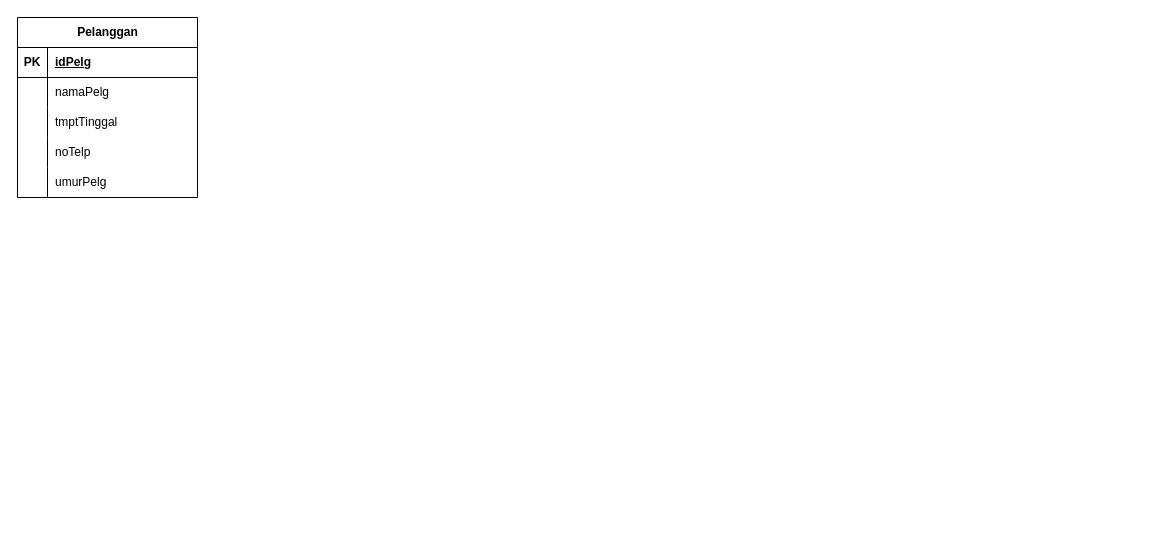
shinoaaa/flowchartttz keeps this draw.io diagram as Diagram Tanpa Judul.drawio. Above is the earlier version. Source tidied: cells renumbered, new cells numbered last; positions are measured from the earlier drawing's top-left corner, leaving out a move shared by most shapes. Both pictures are drawn from the tidied source at 100%, with x=0, y=0 at pixel (17, 17).
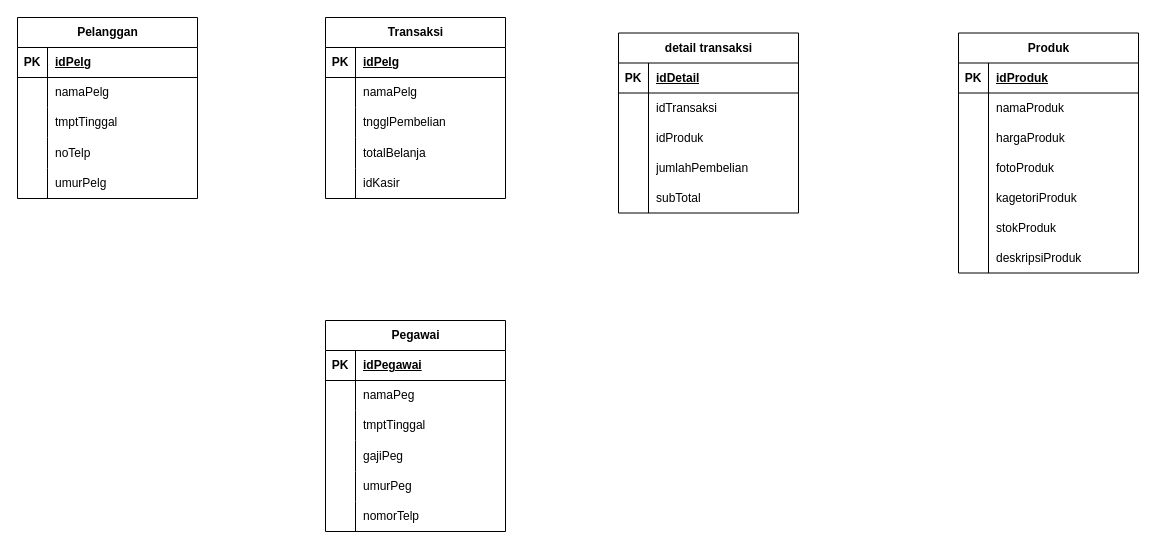
Above is the later version.

Change to the diagram source:
```diff
@@
     <mxCell id="2" value="Pelanggan" style="shape=table;startSize=30;childLayout=tableLayout;rowLines=0;fontStyle=1;align=center;html=1;" parent="1" vertex="1">
-      <mxGeometry width="180" height="180" as="geometry" />
+      <mxGeometry width="180" height="181" as="geometry" />
     </mxCell>
@@
     <mxCell id="12" style="shape=tableRow;horizontal=0;startSize=0;swimlaneHead=0;swimlaneBody=0;fillColor=none;top=0;left=0;right=0;bottom=0;" parent="2" vertex="1">
-      <mxGeometry y="120" width="180" height="30" as="geometry" />
+      <mxGeometry y="120" width="180" height="31" as="geometry" />
     </mxCell>
     <mxCell id="13" style="shape=partialRectangle;fillColor=none;top=0;left=0;bottom=0;right=0;overflow=hidden;whiteSpace=wrap;html=1;" parent="12" vertex="1">
-      <mxGeometry width="30" height="30" as="geometry" />
+      <mxGeometry width="30" height="31" as="geometry" />
     </mxCell>
     <mxCell id="14" value="noTelp" style="shape=partialRectangle;fillColor=none;top=0;left=0;bottom=0;right=0;align=left;spacingLeft=6;overflow=hidden;whiteSpace=wrap;html=1;" parent="12" vertex="1">
-      <mxGeometry x="30" width="150" height="30" as="geometry" />
+      <mxGeometry x="30" width="150" height="31" as="geometry" />
     </mxCell>
     <mxCell id="15" style="shape=tableRow;horizontal=0;startSize=0;swimlaneHead=0;swimlaneBody=0;fillColor=none;top=0;left=0;right=0;bottom=0;" parent="2" vertex="1">
-      <mxGeometry y="150" width="180" height="30" as="geometry" />
+      <mxGeometry y="151" width="180" height="30" as="geometry" />
     </mxCell>
@@
+    <mxCell id="18" value="Transaksi" style="shape=table;startSize=30;childLayout=tableLayout;rowLines=0;fontStyle=1;align=center;html=1;" parent="1" vertex="1">
+      <mxGeometry x="308" width="180" height="181" as="geometry" />
+    </mxCell>
+    <mxCell id="19" style="shape=tableRow;horizontal=0;startSize=0;swimlaneHead=0;swimlaneBody=0;fillColor=none;top=0;left=0;right=0;bottom=1;" parent="18" vertex="1">
+      <mxGeometry y="30" width="180" height="30" as="geometry" />
+    </mxCell>
+    <mxCell id="20" value="PK" style="shape=partialRectangle;fillColor=none;top=0;left=0;bottom=0;right=0;fontStyle=1;overflow=hidden;whiteSpace=wrap;html=1;" parent="19" vertex="1">
+      <mxGeometry width="30" height="30" as="geometry" />
+    </mxCell>
+    <mxCell id="21" value="idPelg" style="shape=partialRectangle;fillColor=none;top=0;left=0;bottom=0;right=0;align=left;spacingLeft=6;fontStyle=5;overflow=hidden;whiteSpace=wrap;html=1;" parent="19" vertex="1">
+      <mxGeometry x="30" width="150" height="30" as="geometry" />
+    </mxCell>
+    <mxCell id="22" style="shape=tableRow;horizontal=0;startSize=0;swimlaneHead=0;swimlaneBody=0;fillColor=none;top=0;left=0;right=0;bottom=0;" parent="18" vertex="1">
+      <mxGeometry y="60" width="180" height="30" as="geometry" />
+    </mxCell>
+    <mxCell id="23" style="shape=partialRectangle;fillColor=none;top=0;left=0;bottom=0;right=0;overflow=hidden;whiteSpace=wrap;html=1;" parent="22" vertex="1">
+      <mxGeometry width="30" height="30" as="geometry" />
+    </mxCell>
+    <mxCell id="24" value="namaPelg" style="shape=partialRectangle;fillColor=none;top=0;left=0;bottom=0;right=0;align=left;spacingLeft=6;overflow=hidden;whiteSpace=wrap;html=1;" parent="22" vertex="1">
+      <mxGeometry x="30" width="150" height="30" as="geometry" />
+    </mxCell>
+    <mxCell id="25" style="shape=tableRow;horizontal=0;startSize=0;swimlaneHead=0;swimlaneBody=0;fillColor=none;top=0;left=0;right=0;bottom=0;" parent="18" vertex="1">
+      <mxGeometry y="90" width="180" height="30" as="geometry" />
+    </mxCell>
+    <mxCell id="26" style="shape=partialRectangle;fillColor=none;top=0;left=0;bottom=0;right=0;overflow=hidden;whiteSpace=wrap;html=1;" parent="25" vertex="1">
+      <mxGeometry width="30" height="30" as="geometry" />
+    </mxCell>
+    <mxCell id="27" value="tngglPembelian" style="shape=partialRectangle;fillColor=none;top=0;left=0;bottom=0;right=0;align=left;spacingLeft=6;overflow=hidden;whiteSpace=wrap;html=1;" parent="25" vertex="1">
+      <mxGeometry x="30" width="150" height="30" as="geometry" />
+    </mxCell>
+    <mxCell id="28" style="shape=tableRow;horizontal=0;startSize=0;swimlaneHead=0;swimlaneBody=0;fillColor=none;top=0;left=0;right=0;bottom=0;" parent="18" vertex="1">
+      <mxGeometry y="120" width="180" height="31" as="geometry" />
+    </mxCell>
+    <mxCell id="29" style="shape=partialRectangle;fillColor=none;top=0;left=0;bottom=0;right=0;overflow=hidden;whiteSpace=wrap;html=1;" parent="28" vertex="1">
+      <mxGeometry width="30" height="31" as="geometry" />
+    </mxCell>
+    <mxCell id="30" value="totalBelanja" style="shape=partialRectangle;fillColor=none;top=0;left=0;bottom=0;right=0;align=left;spacingLeft=6;overflow=hidden;whiteSpace=wrap;html=1;" parent="28" vertex="1">
+      <mxGeometry x="30" width="150" height="31" as="geometry" />
+    </mxCell>
+    <mxCell id="31" style="shape=tableRow;horizontal=0;startSize=0;swimlaneHead=0;swimlaneBody=0;fillColor=none;top=0;left=0;right=0;bottom=0;" parent="18" vertex="1">
+      <mxGeometry y="151" width="180" height="30" as="geometry" />
+    </mxCell>
+    <mxCell id="32" style="shape=partialRectangle;fillColor=none;top=0;left=0;bottom=0;right=0;overflow=hidden;whiteSpace=wrap;html=1;" parent="31" vertex="1">
+      <mxGeometry width="30" height="30" as="geometry" />
+    </mxCell>
+    <mxCell id="33" value="idKasir" style="shape=partialRectangle;fillColor=none;top=0;left=0;bottom=0;right=0;align=left;spacingLeft=6;overflow=hidden;whiteSpace=wrap;html=1;" parent="31" vertex="1">
+      <mxGeometry x="30" width="150" height="30" as="geometry" />
+    </mxCell>
+    <mxCell id="34" value="Pegawai" style="shape=table;startSize=30;childLayout=tableLayout;rowLines=0;fontStyle=1;align=center;html=1;" parent="1" vertex="1">
+      <mxGeometry x="308" y="303" width="180" height="211" as="geometry" />
+    </mxCell>
+    <mxCell id="35" style="shape=tableRow;horizontal=0;startSize=0;swimlaneHead=0;swimlaneBody=0;fillColor=none;top=0;left=0;right=0;bottom=1;" parent="34" vertex="1">
+      <mxGeometry y="30" width="180" height="30" as="geometry" />
+    </mxCell>
+    <mxCell id="36" value="PK" style="shape=partialRectangle;fillColor=none;top=0;left=0;bottom=0;right=0;fontStyle=1;overflow=hidden;whiteSpace=wrap;html=1;" parent="35" vertex="1">
+      <mxGeometry width="30" height="30" as="geometry" />
+    </mxCell>
+    <mxCell id="37" value="idPegawai" style="shape=partialRectangle;fillColor=none;top=0;left=0;bottom=0;right=0;align=left;spacingLeft=6;fontStyle=5;overflow=hidden;whiteSpace=wrap;html=1;" parent="35" vertex="1">
+      <mxGeometry x="30" width="150" height="30" as="geometry" />
+    </mxCell>
+    <mxCell id="38" style="shape=tableRow;horizontal=0;startSize=0;swimlaneHead=0;swimlaneBody=0;fillColor=none;top=0;left=0;right=0;bottom=0;" parent="34" vertex="1">
+      <mxGeometry y="60" width="180" height="30" as="geometry" />
+    </mxCell>
+    <mxCell id="39" style="shape=partialRectangle;fillColor=none;top=0;left=0;bottom=0;right=0;overflow=hidden;whiteSpace=wrap;html=1;" parent="38" vertex="1">
+      <mxGeometry width="30" height="30" as="geometry" />
+    </mxCell>
+    <mxCell id="40" value="namaPeg" style="shape=partialRectangle;fillColor=none;top=0;left=0;bottom=0;right=0;align=left;spacingLeft=6;overflow=hidden;whiteSpace=wrap;html=1;" parent="38" vertex="1">
+      <mxGeometry x="30" width="150" height="30" as="geometry" />
+    </mxCell>
+    <mxCell id="41" style="shape=tableRow;horizontal=0;startSize=0;swimlaneHead=0;swimlaneBody=0;fillColor=none;top=0;left=0;right=0;bottom=0;" parent="34" vertex="1">
+      <mxGeometry y="90" width="180" height="30" as="geometry" />
+    </mxCell>
+    <mxCell id="42" style="shape=partialRectangle;fillColor=none;top=0;left=0;bottom=0;right=0;overflow=hidden;whiteSpace=wrap;html=1;" parent="41" vertex="1">
+      <mxGeometry width="30" height="30" as="geometry" />
+    </mxCell>
+    <mxCell id="43" value="tmptTinggal" style="shape=partialRectangle;fillColor=none;top=0;left=0;bottom=0;right=0;align=left;spacingLeft=6;overflow=hidden;whiteSpace=wrap;html=1;" parent="41" vertex="1">
+      <mxGeometry x="30" width="150" height="30" as="geometry" />
+    </mxCell>
+    <mxCell id="44" style="shape=tableRow;horizontal=0;startSize=0;swimlaneHead=0;swimlaneBody=0;fillColor=none;top=0;left=0;right=0;bottom=0;" parent="34" vertex="1">
+      <mxGeometry y="120" width="180" height="31" as="geometry" />
+    </mxCell>
+    <mxCell id="45" style="shape=partialRectangle;fillColor=none;top=0;left=0;bottom=0;right=0;overflow=hidden;whiteSpace=wrap;html=1;" parent="44" vertex="1">
+      <mxGeometry width="30" height="31" as="geometry" />
+    </mxCell>
+    <mxCell id="46" value="gajiPeg" style="shape=partialRectangle;fillColor=none;top=0;left=0;bottom=0;right=0;align=left;spacingLeft=6;overflow=hidden;whiteSpace=wrap;html=1;" parent="44" vertex="1">
+      <mxGeometry x="30" width="150" height="31" as="geometry" />
+    </mxCell>
+    <mxCell id="47" style="shape=tableRow;horizontal=0;startSize=0;swimlaneHead=0;swimlaneBody=0;fillColor=none;top=0;left=0;right=0;bottom=0;" parent="34" vertex="1">
+      <mxGeometry y="151" width="180" height="30" as="geometry" />
+    </mxCell>
+    <mxCell id="48" style="shape=partialRectangle;fillColor=none;top=0;left=0;bottom=0;right=0;overflow=hidden;whiteSpace=wrap;html=1;" parent="47" vertex="1">
+      <mxGeometry width="30" height="30" as="geometry" />
+    </mxCell>
+    <mxCell id="49" value="umurPeg" style="shape=partialRectangle;fillColor=none;top=0;left=0;bottom=0;right=0;align=left;spacingLeft=6;overflow=hidden;whiteSpace=wrap;html=1;" parent="47" vertex="1">
+      <mxGeometry x="30" width="150" height="30" as="geometry" />
+    </mxCell>
+    <mxCell id="50" style="shape=tableRow;horizontal=0;startSize=0;swimlaneHead=0;swimlaneBody=0;fillColor=none;top=0;left=0;right=0;bottom=0;" parent="34" vertex="1">
+      <mxGeometry y="181" width="180" height="30" as="geometry" />
+    </mxCell>
+    <mxCell id="51" style="shape=partialRectangle;fillColor=none;top=0;left=0;bottom=0;right=0;overflow=hidden;whiteSpace=wrap;html=1;" parent="50" vertex="1">
+      <mxGeometry width="30" height="30" as="geometry" />
+    </mxCell>
+    <mxCell id="52" value="nomorTelp" style="shape=partialRectangle;fillColor=none;top=0;left=0;bottom=0;right=0;align=left;spacingLeft=6;overflow=hidden;whiteSpace=wrap;html=1;" parent="50" vertex="1">
+      <mxGeometry x="30" width="150" height="30" as="geometry" />
+    </mxCell>
+    <mxCell id="53" value="detail transaksi" style="shape=table;startSize=30;childLayout=tableLayout;rowLines=0;fontStyle=1;align=center;html=1;" parent="1" vertex="1">
+      <mxGeometry x="601" y="15.5" width="180" height="180" as="geometry" />
+    </mxCell>
+    <mxCell id="54" style="shape=tableRow;horizontal=0;startSize=0;swimlaneHead=0;swimlaneBody=0;fillColor=none;top=0;left=0;right=0;bottom=1;" parent="53" vertex="1">
+      <mxGeometry y="30" width="180" height="30" as="geometry" />
+    </mxCell>
+    <mxCell id="55" value="PK" style="shape=partialRectangle;fillColor=none;top=0;left=0;bottom=0;right=0;fontStyle=1;overflow=hidden;whiteSpace=wrap;html=1;" parent="54" vertex="1">
+      <mxGeometry width="30" height="30" as="geometry" />
+    </mxCell>
+    <mxCell id="56" value="idDetail" style="shape=partialRectangle;fillColor=none;top=0;left=0;bottom=0;right=0;align=left;spacingLeft=6;fontStyle=5;overflow=hidden;whiteSpace=wrap;html=1;" parent="54" vertex="1">
+      <mxGeometry x="30" width="150" height="30" as="geometry" />
+    </mxCell>
+    <mxCell id="57" style="shape=tableRow;horizontal=0;startSize=0;swimlaneHead=0;swimlaneBody=0;fillColor=none;top=0;left=0;right=0;bottom=0;" parent="53" vertex="1">
+      <mxGeometry y="60" width="180" height="30" as="geometry" />
+    </mxCell>
+    <mxCell id="58" style="shape=partialRectangle;fillColor=none;top=0;left=0;bottom=0;right=0;overflow=hidden;whiteSpace=wrap;html=1;" parent="57" vertex="1">
+      <mxGeometry width="30" height="30" as="geometry" />
+    </mxCell>
+    <mxCell id="59" value="idTransaksi" style="shape=partialRectangle;fillColor=none;top=0;left=0;bottom=0;right=0;align=left;spacingLeft=6;overflow=hidden;whiteSpace=wrap;html=1;" parent="57" vertex="1">
+      <mxGeometry x="30" width="150" height="30" as="geometry" />
+    </mxCell>
+    <mxCell id="60" style="shape=tableRow;horizontal=0;startSize=0;swimlaneHead=0;swimlaneBody=0;fillColor=none;top=0;left=0;right=0;bottom=0;" parent="53" vertex="1">
+      <mxGeometry y="90" width="180" height="30" as="geometry" />
+    </mxCell>
+    <mxCell id="61" style="shape=partialRectangle;fillColor=none;top=0;left=0;bottom=0;right=0;overflow=hidden;whiteSpace=wrap;html=1;" parent="60" vertex="1">
+      <mxGeometry width="30" height="30" as="geometry" />
+    </mxCell>
+    <mxCell id="62" value="idProduk" style="shape=partialRectangle;fillColor=none;top=0;left=0;bottom=0;right=0;align=left;spacingLeft=6;overflow=hidden;whiteSpace=wrap;html=1;" parent="60" vertex="1">
+      <mxGeometry x="30" width="150" height="30" as="geometry" />
+    </mxCell>
+    <mxCell id="63" style="shape=tableRow;horizontal=0;startSize=0;swimlaneHead=0;swimlaneBody=0;fillColor=none;top=0;left=0;right=0;bottom=0;" parent="53" vertex="1">
+      <mxGeometry y="120" width="180" height="30" as="geometry" />
+    </mxCell>
+    <mxCell id="64" style="shape=partialRectangle;fillColor=none;top=0;left=0;bottom=0;right=0;overflow=hidden;whiteSpace=wrap;html=1;" parent="63" vertex="1">
+      <mxGeometry width="30" height="30" as="geometry" />
+    </mxCell>
+    <mxCell id="65" value="jumlahPembelian" style="shape=partialRectangle;fillColor=none;top=0;left=0;bottom=0;right=0;align=left;spacingLeft=6;overflow=hidden;whiteSpace=wrap;html=1;" parent="63" vertex="1">
+      <mxGeometry x="30" width="150" height="30" as="geometry" />
+    </mxCell>
+    <mxCell id="66" style="shape=tableRow;horizontal=0;startSize=0;swimlaneHead=0;swimlaneBody=0;fillColor=none;top=0;left=0;right=0;bottom=0;" parent="53" vertex="1">
+      <mxGeometry y="150" width="180" height="30" as="geometry" />
+    </mxCell>
+    <mxCell id="67" style="shape=partialRectangle;fillColor=none;top=0;left=0;bottom=0;right=0;overflow=hidden;whiteSpace=wrap;html=1;" parent="66" vertex="1">
+      <mxGeometry width="30" height="30" as="geometry" />
+    </mxCell>
+    <mxCell id="68" value="subTotal" style="shape=partialRectangle;fillColor=none;top=0;left=0;bottom=0;right=0;align=left;spacingLeft=6;overflow=hidden;whiteSpace=wrap;html=1;" parent="66" vertex="1">
+      <mxGeometry x="30" width="150" height="30" as="geometry" />
+    </mxCell>
+    <mxCell id="69" value="Produk" style="shape=table;startSize=30;childLayout=tableLayout;rowLines=0;fontStyle=1;align=center;html=1;" parent="1" vertex="1">
+      <mxGeometry x="941" y="15.5" width="180" height="240" as="geometry" />
+    </mxCell>
+    <mxCell id="70" style="shape=tableRow;horizontal=0;startSize=0;swimlaneHead=0;swimlaneBody=0;fillColor=none;top=0;left=0;right=0;bottom=1;" parent="69" vertex="1">
+      <mxGeometry y="30" width="180" height="30" as="geometry" />
+    </mxCell>
+    <mxCell id="71" value="PK" style="shape=partialRectangle;fillColor=none;top=0;left=0;bottom=0;right=0;fontStyle=1;overflow=hidden;whiteSpace=wrap;html=1;" parent="70" vertex="1">
+      <mxGeometry width="30" height="30" as="geometry" />
+    </mxCell>
+    <mxCell id="72" value="idProduk" style="shape=partialRectangle;fillColor=none;top=0;left=0;bottom=0;right=0;align=left;spacingLeft=6;fontStyle=5;overflow=hidden;whiteSpace=wrap;html=1;" parent="70" vertex="1">
+      <mxGeometry x="30" width="150" height="30" as="geometry" />
+    </mxCell>
+    <mxCell id="73" style="shape=tableRow;horizontal=0;startSize=0;swimlaneHead=0;swimlaneBody=0;fillColor=none;top=0;left=0;right=0;bottom=0;" parent="69" vertex="1">
+      <mxGeometry y="60" width="180" height="30" as="geometry" />
+    </mxCell>
+    <mxCell id="74" style="shape=partialRectangle;fillColor=none;top=0;left=0;bottom=0;right=0;overflow=hidden;whiteSpace=wrap;html=1;" parent="73" vertex="1">
+      <mxGeometry width="30" height="30" as="geometry" />
+    </mxCell>
+    <mxCell id="75" value="namaProduk" style="shape=partialRectangle;fillColor=none;top=0;left=0;bottom=0;right=0;align=left;spacingLeft=6;overflow=hidden;whiteSpace=wrap;html=1;" parent="73" vertex="1">
+      <mxGeometry x="30" width="150" height="30" as="geometry" />
+    </mxCell>
+    <mxCell id="76" style="shape=tableRow;horizontal=0;startSize=0;swimlaneHead=0;swimlaneBody=0;fillColor=none;top=0;left=0;right=0;bottom=0;" parent="69" vertex="1">
+      <mxGeometry y="90" width="180" height="30" as="geometry" />
+    </mxCell>
+    <mxCell id="77" style="shape=partialRectangle;fillColor=none;top=0;left=0;bottom=0;right=0;overflow=hidden;whiteSpace=wrap;html=1;" parent="76" vertex="1">
+      <mxGeometry width="30" height="30" as="geometry" />
+    </mxCell>
+    <mxCell id="78" value="hargaProduk" style="shape=partialRectangle;fillColor=none;top=0;left=0;bottom=0;right=0;align=left;spacingLeft=6;overflow=hidden;whiteSpace=wrap;html=1;" parent="76" vertex="1">
+      <mxGeometry x="30" width="150" height="30" as="geometry" />
+    </mxCell>
+    <mxCell id="79" style="shape=tableRow;horizontal=0;startSize=0;swimlaneHead=0;swimlaneBody=0;fillColor=none;top=0;left=0;right=0;bottom=0;" parent="69" vertex="1">
+      <mxGeometry y="120" width="180" height="30" as="geometry" />
+    </mxCell>
+    <mxCell id="80" style="shape=partialRectangle;fillColor=none;top=0;left=0;bottom=0;right=0;overflow=hidden;whiteSpace=wrap;html=1;" parent="79" vertex="1">
+      <mxGeometry width="30" height="30" as="geometry" />
+    </mxCell>
+    <mxCell id="81" value="fotoProduk" style="shape=partialRectangle;fillColor=none;top=0;left=0;bottom=0;right=0;align=left;spacingLeft=6;overflow=hidden;whiteSpace=wrap;html=1;" parent="79" vertex="1">
+      <mxGeometry x="30" width="150" height="30" as="geometry" />
+    </mxCell>
+    <mxCell id="82" style="shape=tableRow;horizontal=0;startSize=0;swimlaneHead=0;swimlaneBody=0;fillColor=none;top=0;left=0;right=0;bottom=0;" parent="69" vertex="1">
+      <mxGeometry y="150" width="180" height="30" as="geometry" />
+    </mxCell>
+    <mxCell id="83" style="shape=partialRectangle;fillColor=none;top=0;left=0;bottom=0;right=0;overflow=hidden;whiteSpace=wrap;html=1;" parent="82" vertex="1">
+      <mxGeometry width="30" height="30" as="geometry" />
+    </mxCell>
+    <mxCell id="84" value="kagetoriProduk" style="shape=partialRectangle;fillColor=none;top=0;left=0;bottom=0;right=0;align=left;spacingLeft=6;overflow=hidden;whiteSpace=wrap;html=1;" parent="82" vertex="1">
+      <mxGeometry x="30" width="150" height="30" as="geometry" />
+    </mxCell>
+    <mxCell id="85" style="shape=tableRow;horizontal=0;startSize=0;swimlaneHead=0;swimlaneBody=0;fillColor=none;top=0;left=0;right=0;bottom=0;" parent="69" vertex="1">
+      <mxGeometry y="180" width="180" height="30" as="geometry" />
+    </mxCell>
+    <mxCell id="86" style="shape=partialRectangle;fillColor=none;top=0;left=0;bottom=0;right=0;overflow=hidden;whiteSpace=wrap;html=1;" parent="85" vertex="1">
+      <mxGeometry width="30" height="30" as="geometry" />
+    </mxCell>
+    <mxCell id="87" value="stokProduk" style="shape=partialRectangle;fillColor=none;top=0;left=0;bottom=0;right=0;align=left;spacingLeft=6;overflow=hidden;whiteSpace=wrap;html=1;" parent="85" vertex="1">
+      <mxGeometry x="30" width="150" height="30" as="geometry" />
+    </mxCell>
+    <mxCell id="88" style="shape=tableRow;horizontal=0;startSize=0;swimlaneHead=0;swimlaneBody=0;fillColor=none;top=0;left=0;right=0;bottom=0;" parent="69" vertex="1">
+      <mxGeometry y="210" width="180" height="30" as="geometry" />
+    </mxCell>
+    <mxCell id="89" style="shape=partialRectangle;fillColor=none;top=0;left=0;bottom=0;right=0;overflow=hidden;whiteSpace=wrap;html=1;" parent="88" vertex="1">
+      <mxGeometry width="30" height="30" as="geometry" />
+    </mxCell>
+    <mxCell id="90" value="deskripsiProduk" style="shape=partialRectangle;fillColor=none;top=0;left=0;bottom=0;right=0;align=left;spacingLeft=6;overflow=hidden;whiteSpace=wrap;html=1;" parent="88" vertex="1">
+      <mxGeometry x="30" width="150" height="30" as="geometry" />
+    </mxCell>
```
